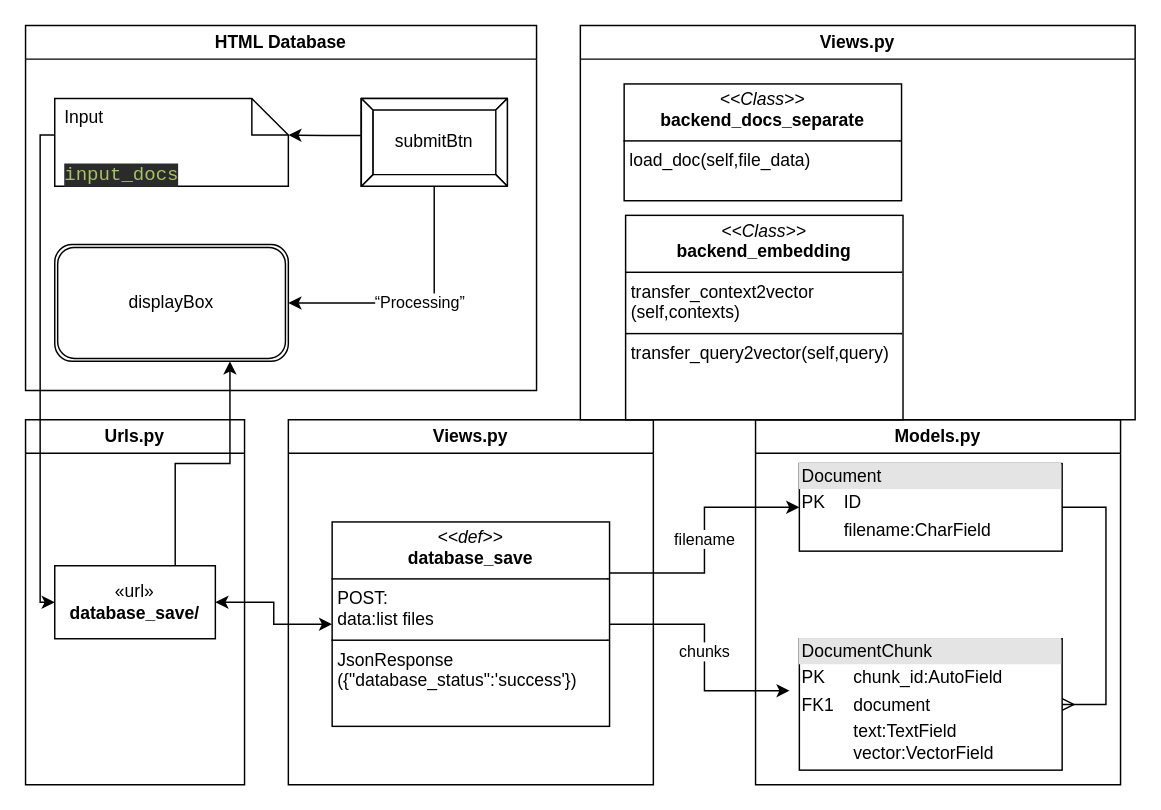
Before: page "Database_input" (1 of 2) of Untitled Diagram.drawio in rabbliiton/cs21_flowchart, a draw.io diagram. Source tidied: cells renumbered, new cells numbered last; positions are measured from the earlier drawing's top-left corner, leaving out a move shared by most shapes. Both pictures are drawn from the tidied source at 146%, with x=0, y=0 at pixel (25, 25).
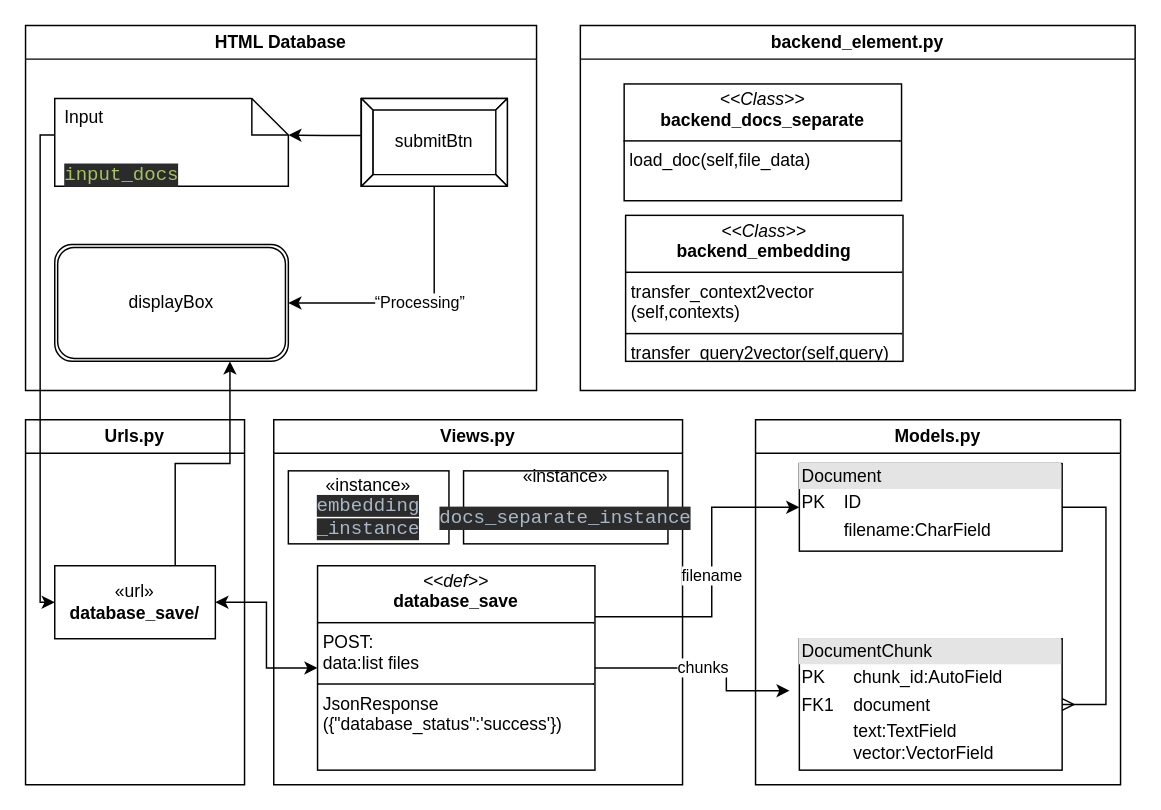
After the change.

Unchanged cells that the change refers to:
```xml
<mxCell id="4" value="&lt;div style=&quot;box-sizing:border-box;width:100%;background:#e4e4e4;padding:2px;&quot;&gt;Document&lt;/div&gt;&lt;table style=&quot;width:100%;font-size:1em;&quot; cellpadding=&quot;2&quot; cellspacing=&quot;0&quot;&gt;&lt;tbody&gt;&lt;tr&gt;&lt;td&gt;PK&lt;/td&gt;&lt;td&gt;ID&lt;/td&gt;&lt;/tr&gt;&lt;tr&gt;&lt;td&gt;&lt;br&gt;&lt;/td&gt;&lt;td&gt;filename:CharField&lt;br&gt;&lt;/td&gt;&lt;/tr&gt;&lt;tr&gt;&lt;td&gt;&lt;br&gt;&lt;/td&gt;&lt;td&gt;&lt;br&gt;&lt;/td&gt;&lt;/tr&gt;&lt;/tbody&gt;&lt;/table&gt;" style="verticalAlign=top;align=left;overflow=fill;html=1;whiteSpace=wrap;" parent="3" vertex="1">
  <mxGeometry width="180" height="60" as="geometry" />
</mxCell>
<mxCell id="5" value="&lt;div style=&quot;box-sizing:border-box;width:100%;background:#e4e4e4;padding:2px;&quot;&gt;DocumentChunk&lt;br&gt;&lt;/div&gt;&lt;table style=&quot;width:100%;font-size:1em;&quot; cellpadding=&quot;2&quot; cellspacing=&quot;0&quot;&gt;&lt;tbody&gt;&lt;tr&gt;&lt;td&gt;PK&lt;/td&gt;&lt;td&gt;chunk_id:AutoField&lt;br&gt;&lt;/td&gt;&lt;/tr&gt;&lt;tr&gt;&lt;td&gt;FK1&lt;/td&gt;&lt;td&gt;document&lt;/td&gt;&lt;/tr&gt;&lt;tr&gt;&lt;td&gt;&lt;/td&gt;&lt;td&gt;text:TextField&lt;br&gt;vector:VectorField&lt;br&gt;&lt;/td&gt;&lt;/tr&gt;&lt;/tbody&gt;&lt;/table&gt;" style="verticalAlign=top;align=left;overflow=fill;html=1;whiteSpace=wrap;" parent="3" vertex="1">
  <mxGeometry y="120" width="180" height="90" as="geometry" />
</mxCell>
```

Change to the diagram source:
```diff
@@
     <mxCell id="7" value="Views.py" style="swimlane;whiteSpace=wrap;html=1;" parent="1" vertex="1">
-      <mxGeometry x="180" y="270" width="250" height="250" as="geometry" />
+      <mxGeometry x="170" y="270" width="280" height="250" as="geometry" />
     </mxCell>
     <mxCell id="8" value="&lt;p style=&quot;margin:0px;margin-top:4px;text-align:center;&quot;&gt;&lt;i&gt;&amp;lt;&amp;lt;def&amp;gt;&amp;gt;&lt;/i&gt;&lt;br&gt;&lt;b&gt;database_save&lt;/b&gt;&lt;br&gt;&lt;/p&gt;&lt;hr size=&quot;1&quot; style=&quot;border-style:solid;&quot;&gt;&lt;p style=&quot;margin:0px;margin-left:4px;&quot;&gt;POST:&lt;/p&gt;&lt;p style=&quot;margin:0px;margin-left:4px;&quot;&gt;data:list files&lt;/p&gt;&lt;hr size=&quot;1&quot; style=&quot;border-style:solid;&quot;&gt;&lt;p style=&quot;margin:0px;margin-left:4px;&quot;&gt;JsonResponse&lt;/p&gt;&lt;p style=&quot;margin:0px;margin-left:4px;&quot;&gt;({&quot;database_status&quot;:'success'})&lt;br&gt;&lt;/p&gt;" style="verticalAlign=top;align=left;overflow=fill;html=1;whiteSpace=wrap;" parent="7" vertex="1">
-      <mxGeometry x="30" y="70" width="190" height="140" as="geometry" />
+      <mxGeometry x="30" y="100" width="190" height="140" as="geometry" />
     </mxCell>
+    <mxCell id="26" value="«instance»&lt;br&gt;&lt;span style=&quot;background-color: rgb(43, 43, 43); color: rgb(169, 183, 198); font-family: &amp;quot;JetBrains Mono&amp;quot;, monospace; font-size: 9.8pt;&quot;&gt;embedding&lt;/span&gt;&lt;div&gt;&lt;span style=&quot;background-color: rgb(43, 43, 43); color: rgb(169, 183, 198); font-family: &amp;quot;JetBrains Mono&amp;quot;, monospace; font-size: 9.8pt;&quot;&gt;_instance&lt;/span&gt;&lt;/div&gt;" style="html=1;whiteSpace=wrap;" parent="7" vertex="1">
+      <mxGeometry x="10" y="35" width="110" height="50" as="geometry" />
+    </mxCell>
+    <mxCell id="27" value="«instance»&lt;br&gt;&lt;div style=&quot;background-color:#2b2b2b;color:#a9b7c6;font-family:'JetBrains Mono',monospace;font-size:9.8pt;&quot;&gt;&lt;pre&gt;docs_separate_instance&lt;/pre&gt;&lt;/div&gt;" style="html=1;whiteSpace=wrap;" parent="7" vertex="1">
+      <mxGeometry x="130" y="35" width="140" height="50" as="geometry" />
+    </mxCell>
     <mxCell id="9" value="filename" style="edgeStyle=orthogonalEdgeStyle;rounded=0;jettySize=auto;html=1;exitX=1;exitY=0.25;exitDx=0;exitDy=0;entryX=0;entryY=0.5;entryDx=0;entryDy=0;" parent="1" edge="1" source="8" target="4">
-      <mxGeometry relative="1" as="geometry" />
+      <mxGeometry relative="1" as="geometry">
+        <Array as="points">
+          <mxPoint x="470" y="405" />
+          <mxPoint x="470" y="330" />
+        </Array>
+      </mxGeometry>
     </mxCell>
     <mxCell id="10" value="chunks" style="edgeStyle=orthogonalEdgeStyle;rounded=0;jettySize=auto;html=1;exitX=1;exitY=0.5;exitDx=0;exitDy=0;entryX=-0.037;entryY=0.395;entryDx=0;entryDy=0;entryPerimeter=0;" parent="1" edge="1" source="8" target="5">
-      <mxGeometry relative="1" as="geometry" />
+      <mxGeometry relative="1" as="geometry">
+        <Array as="points">
+          <mxPoint x="480" y="440" />
+          <mxPoint x="480" y="456" />
+        </Array>
+      </mxGeometry>
     </mxCell>
@@
-    <mxCell id="23" value="Views.py" style="swimlane;whiteSpace=wrap;html=1;" parent="1" vertex="1">
-      <mxGeometry x="380" width="380" height="270" as="geometry" />
+    <mxCell id="23" value="backend_e&lt;span style=&quot;background-color: initial;&quot;&gt;lement.py&lt;/span&gt;" style="swimlane;whiteSpace=wrap;html=1;" parent="1" vertex="1">
+      <mxGeometry x="380" width="380" height="250" as="geometry" />
     </mxCell>
@@
     <mxCell id="25" value="&lt;p style=&quot;margin:0px;margin-top:4px;text-align:center;&quot;&gt;&lt;i&gt;&amp;lt;&amp;lt;&lt;/i&gt;&lt;i&gt;Class&lt;/i&gt;&lt;i&gt;&amp;gt;&amp;gt;&lt;/i&gt;&lt;br&gt;&lt;b&gt;backend_embedding&lt;/b&gt;&lt;br&gt;&lt;/p&gt;&lt;hr size=&quot;1&quot; style=&quot;border-style:solid;&quot;&gt;&lt;p style=&quot;margin:0px;margin-left:4px;&quot;&gt;transfer_context2vector&lt;/p&gt;&lt;p style=&quot;margin:0px;margin-left:4px;&quot;&gt;(self,contexts)&lt;br&gt;&lt;/p&gt;&lt;hr size=&quot;1&quot; style=&quot;border-style:solid;&quot;&gt;&lt;p style=&quot;margin:0px;margin-left:4px;&quot;&gt;transfer_query2vector(self,query)&lt;br&gt;&lt;/p&gt;" style="verticalAlign=top;align=left;overflow=fill;html=1;whiteSpace=wrap;" parent="23" vertex="1">
-      <mxGeometry x="31" y="130" width="190" height="140" as="geometry" />
+      <mxGeometry x="31" y="130" width="190" height="100" as="geometry" />
     </mxCell>
```
